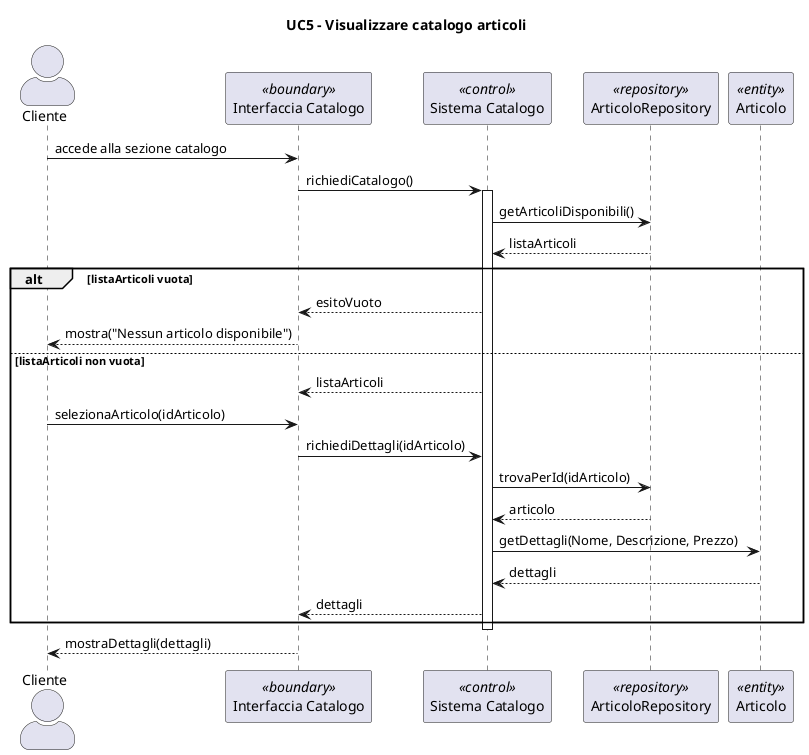
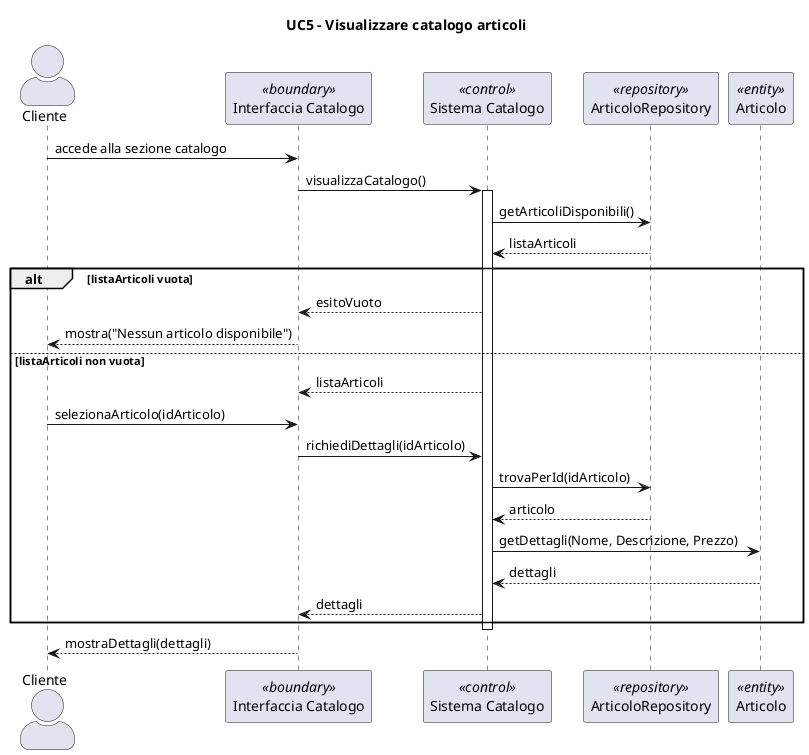
@startuml
skinparam actorStyle awesome
title UC5 - Visualizzare catalogo articoli

actor Cliente
participant "Interfaccia Catalogo" <<boundary>>
participant "Sistema Catalogo" <<control>>
participant "ArticoloRepository" <<repository>>
participant "Articolo" <<entity>>

Cliente -> "Interfaccia Catalogo" : accede alla sezione catalogo
- "Interfaccia Catalogo" -> "Sistema Catalogo" : richiediCatalogo()
+ "Interfaccia Catalogo" -> "Sistema Catalogo" : visualizzaCatalogo()

activate "Sistema Catalogo"


"Sistema Catalogo" -> "ArticoloRepository" : getArticoliDisponibili()
"ArticoloRepository" --> "Sistema Catalogo" : listaArticoli

alt listaArticoli vuota
    "Sistema Catalogo" --> "Interfaccia Catalogo" : esitoVuoto
    "Interfaccia Catalogo"--> Cliente : mostra("Nessun articolo disponibile")
else listaArticoli non vuota
    "Sistema Catalogo" --> "Interfaccia Catalogo" : listaArticoli


    Cliente -> "Interfaccia Catalogo" : selezionaArticolo(idArticolo)
    "Interfaccia Catalogo" -> "Sistema Catalogo" : richiediDettagli(idArticolo)

    "Sistema Catalogo" -> "ArticoloRepository" : trovaPerId(idArticolo)
    "ArticoloRepository" --> "Sistema Catalogo" : articolo

    "Sistema Catalogo" -> "Articolo" : getDettagli(Nome, Descrizione, Prezzo)
    "Articolo" --> "Sistema Catalogo" : dettagli

    "Sistema Catalogo" --> "Interfaccia Catalogo" : dettagli
end

deactivate "Sistema Catalogo"

"Interfaccia Catalogo" --> Cliente : mostraDettagli(dettagli)

@enduml